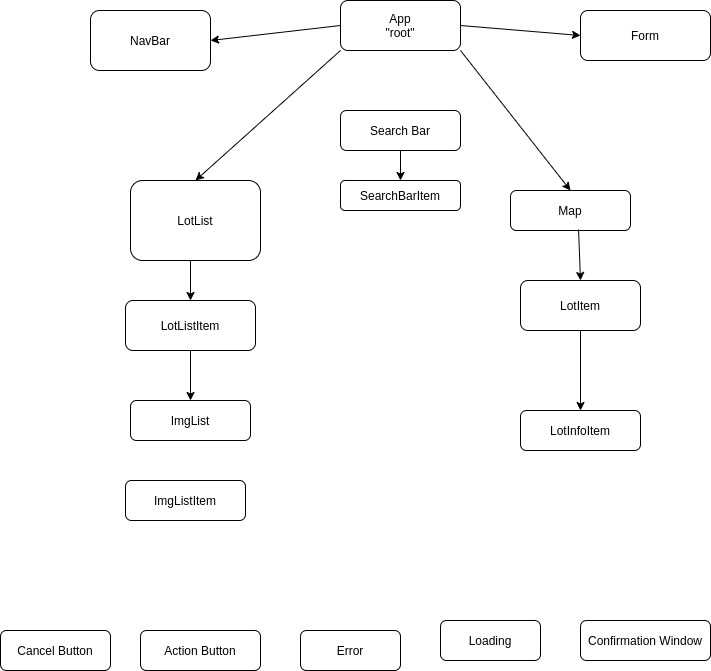
jyxgao/regeneroot keeps this draw.io diagram as docs/Untitled Diagram.png. Above is the earlier version. Source tidied: cells renumbered, new cells last; positions are measured from the earlier drawing's top-left corner, leaving out a move shared by most shapes.
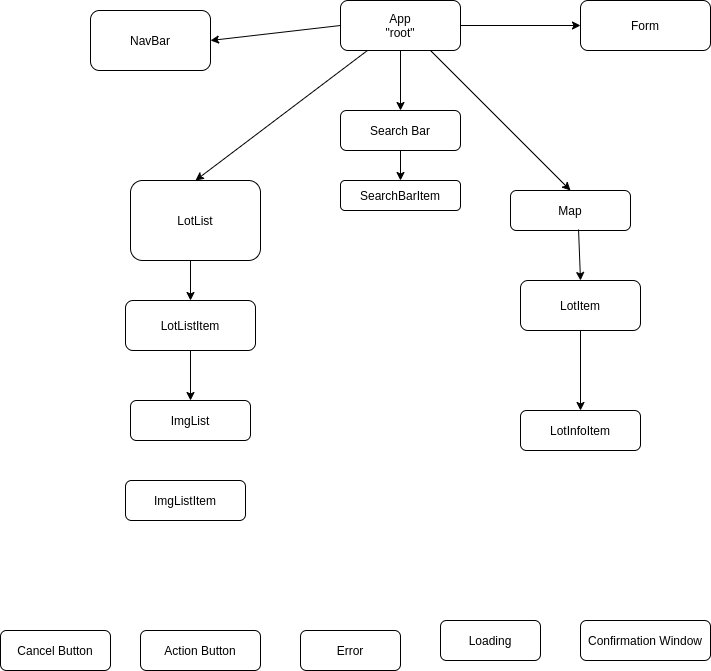
The same file after the commit.

Diff of the diagram source:
```diff
@@ -30,7 +30,7 @@
       <mxGeometry x="520" y="280" width="120" height="50" as="geometry" />
     </mxCell>
     <mxCell id="11" value="Form" style="rounded=1;whiteSpace=wrap;html=1;" parent="1" vertex="1">
-      <mxGeometry x="580" y="10" width="130" height="50" as="geometry" />
+      <mxGeometry x="580" width="130" height="50" as="geometry" />
     </mxCell>
     <mxCell id="12" value="Error" style="rounded=1;whiteSpace=wrap;html=1;" parent="1" vertex="1">
       <mxGeometry x="300" y="630" width="100" height="40" as="geometry" />
@@ -62,10 +62,8 @@
     <mxCell id="21" style="endArrow=classic;html=1;entryX=1;entryY=0.5;entryDx=0;entryDy=0;exitX=0;exitY=0.5;exitDx=0;exitDy=0;" parent="1" edge="1" source="2" target="14">
       <mxGeometry relative="1" as="geometry" />
     </mxCell>
-    <mxCell id="22" style="endArrow=classic;html=1;entryX=0.5;entryY=0;entryDx=0;entryDy=0;" parent="1" edge="1" target="4">
-      <mxGeometry relative="1" as="geometry">
-        <mxPoint x="340" y="50" as="sourcePoint" />
-      </mxGeometry>
+    <mxCell id="22" style="endArrow=classic;html=1;entryX=0.5;entryY=0;entryDx=0;entryDy=0;" parent="1" edge="1" source="2" target="4">
+      <mxGeometry relative="1" as="geometry" />
     </mxCell>
     <mxCell id="23" style="endArrow=classic;html=1;entryX=0.5;entryY=0;entryDx=0;entryDy=0;" parent="1" edge="1" target="3">
       <mxGeometry relative="1" as="geometry">
@@ -75,7 +73,7 @@
     <mxCell id="24" style="endArrow=classic;html=1;entryX=0.5;entryY=0;entryDx=0;entryDy=0;exitX=0.5;exitY=1;exitDx=0;exitDy=0;" parent="1" edge="1" source="3" target="5">
       <mxGeometry relative="1" as="geometry" />
     </mxCell>
-    <mxCell id="25" style="endArrow=classic;html=1;exitX=1;exitY=1;exitDx=0;exitDy=0;entryX=0.5;entryY=0;entryDx=0;entryDy=0;" parent="1" edge="1" source="2" target="7">
+    <mxCell id="25" style="endArrow=classic;html=1;exitX=0.75;exitY=1;exitDx=0;exitDy=0;entryX=0.5;entryY=0;entryDx=0;entryDy=0;" parent="1" edge="1" source="2" target="7">
       <mxGeometry relative="1" as="geometry" />
     </mxCell>
     <mxCell id="26" style="endArrow=classic;html=1;entryX=0.5;entryY=0;entryDx=0;entryDy=0;exitX=0.567;exitY=0.975;exitDx=0;exitDy=0;exitPerimeter=0;" parent="1" edge="1" source="7" target="10">
@@ -84,5 +82,8 @@
     <mxCell id="27" style="endArrow=classic;html=1;entryX=0.5;entryY=0;entryDx=0;entryDy=0;exitX=0.5;exitY=1;exitDx=0;exitDy=0;" parent="1" edge="1" source="10" target="9">
       <mxGeometry relative="1" as="geometry" />
     </mxCell>
+    <mxCell id="28" style="endArrow=classic;html=1;entryX=0.5;entryY=0;entryDx=0;entryDy=0;exitX=0.5;exitY=1;exitDx=0;exitDy=0;" parent="1" edge="1" source="2" target="17">
+      <mxGeometry relative="1" as="geometry" />
+    </mxCell>
   </root>
 </mxGraphModel>
```
